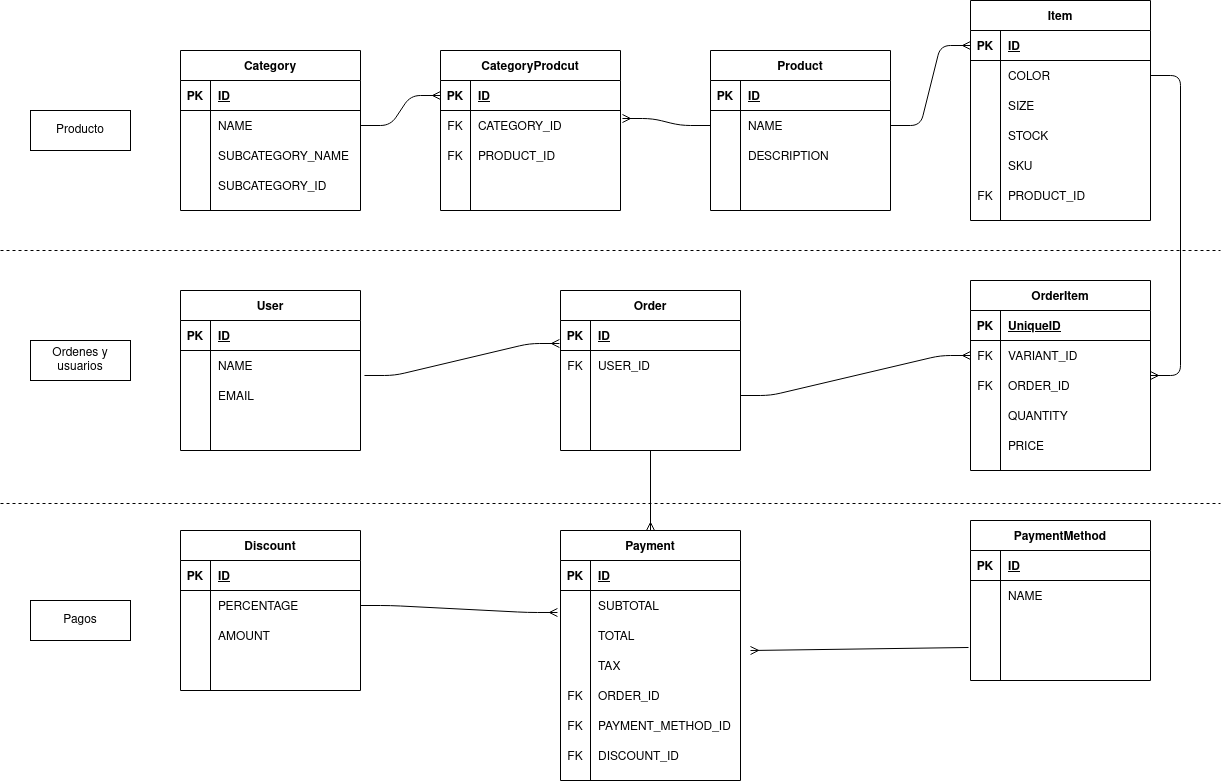
This is ecommerce.png from gilibethvega/e-comerce, a draw.io export, as it was before one commit. Source tidied: cells renumbered, new cells last; positions are measured from the earlier drawing's top-left corner, leaving out a move shared by most shapes.
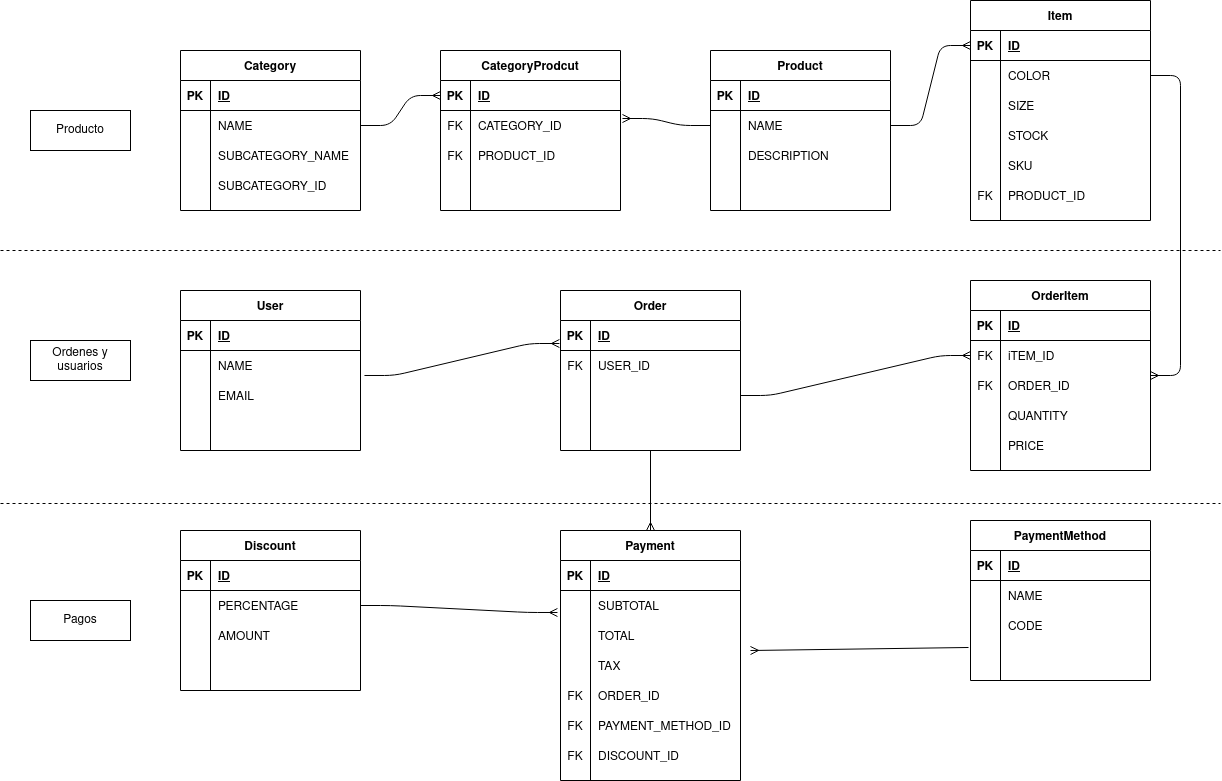
After the commit.

Change to the diagram source:
```diff
@@ -191,7 +191,7 @@
     <mxCell id="63" value="PK" style="shape=partialRectangle;fillColor=none;top=0;left=0;bottom=0;right=0;fontStyle=1;overflow=hidden;" parent="62" vertex="1">
       <mxGeometry width="30" height="30" as="geometry" />
     </mxCell>
-    <mxCell id="64" value="UniqueID" style="shape=partialRectangle;fillColor=none;top=0;left=0;bottom=0;right=0;align=left;spacingLeft=6;fontStyle=5;overflow=hidden;" parent="62" vertex="1">
+    <mxCell id="64" value="ID" style="shape=partialRectangle;fillColor=none;top=0;left=0;bottom=0;right=0;align=left;spacingLeft=6;fontStyle=5;overflow=hidden;" parent="62" vertex="1">
       <mxGeometry x="30" width="150" height="30" as="geometry" />
     </mxCell>
     <mxCell id="65" style="shape=partialRectangle;fillColor=none;top=0;left=0;bottom=0;right=0;points=[[0,0.5],[1,0.5]];portConstraint=eastwest;" parent="61" vertex="1">
@@ -200,7 +200,7 @@
     <mxCell id="66" value="FK" style="shape=partialRectangle;fillColor=none;top=0;left=0;bottom=0;right=0;overflow=hidden;" parent="65" vertex="1">
       <mxGeometry width="30" height="30" as="geometry" />
     </mxCell>
-    <mxCell id="67" value="VARIANT_ID" style="shape=partialRectangle;fillColor=none;top=0;left=0;bottom=0;right=0;align=left;spacingLeft=6;overflow=hidden;" parent="65" vertex="1">
+    <mxCell id="67" value="iTEM_ID" style="shape=partialRectangle;fillColor=none;top=0;left=0;bottom=0;right=0;align=left;spacingLeft=6;overflow=hidden;" parent="65" vertex="1">
       <mxGeometry x="30" width="150" height="30" as="geometry" />
     </mxCell>
     <mxCell id="68" style="shape=partialRectangle;fillColor=none;top=0;left=0;bottom=0;right=0;" parent="61" vertex="1">
@@ -446,7 +446,7 @@
     <mxCell id="148" style="shape=partialRectangle;fillColor=none;top=0;left=0;bottom=0;right=0;overflow=hidden;" parent="147" vertex="1">
       <mxGeometry width="30" height="30" as="geometry" />
     </mxCell>
-    <mxCell id="149" style="shape=partialRectangle;fillColor=none;top=0;left=0;bottom=0;right=0;align=left;spacingLeft=6;overflow=hidden;" parent="147" vertex="1">
+    <mxCell id="149" value="CODE" style="shape=partialRectangle;fillColor=none;top=0;left=0;bottom=0;right=0;align=left;spacingLeft=6;overflow=hidden;" parent="147" vertex="1">
       <mxGeometry x="30" width="150" height="30" as="geometry" />
     </mxCell>
     <mxCell id="150" style="shape=partialRectangle;fillColor=none;top=0;left=0;bottom=0;right=0;points=[[0,0.5],[1,0.5]];portConstraint=eastwest;" parent="140" vertex="1">
```
